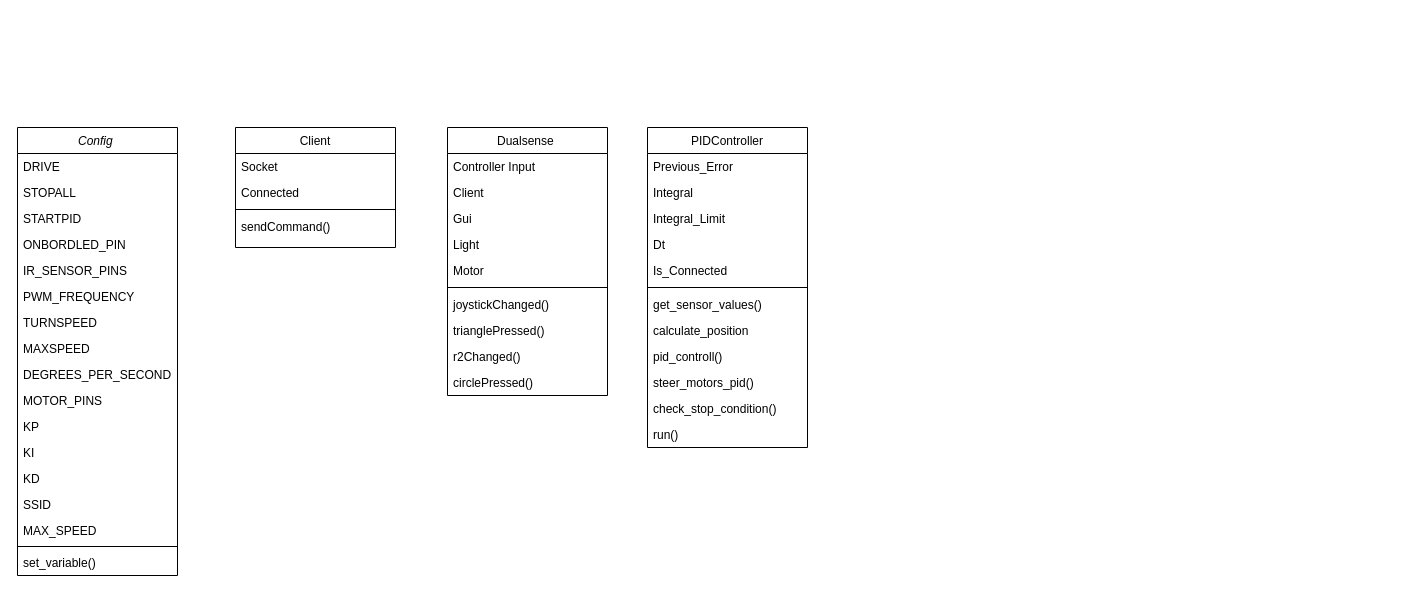
0neShot/IA keeps this draw.io diagram as IA.drawio. Above is the earlier version. Source tidied: cells renumbered, new cells numbered last; positions are measured from the earlier drawing's top-left corner, leaving out a move shared by most shapes. Both pictures are drawn from the tidied source at 100%, with x=0, y=0 at pixel (17, 127).
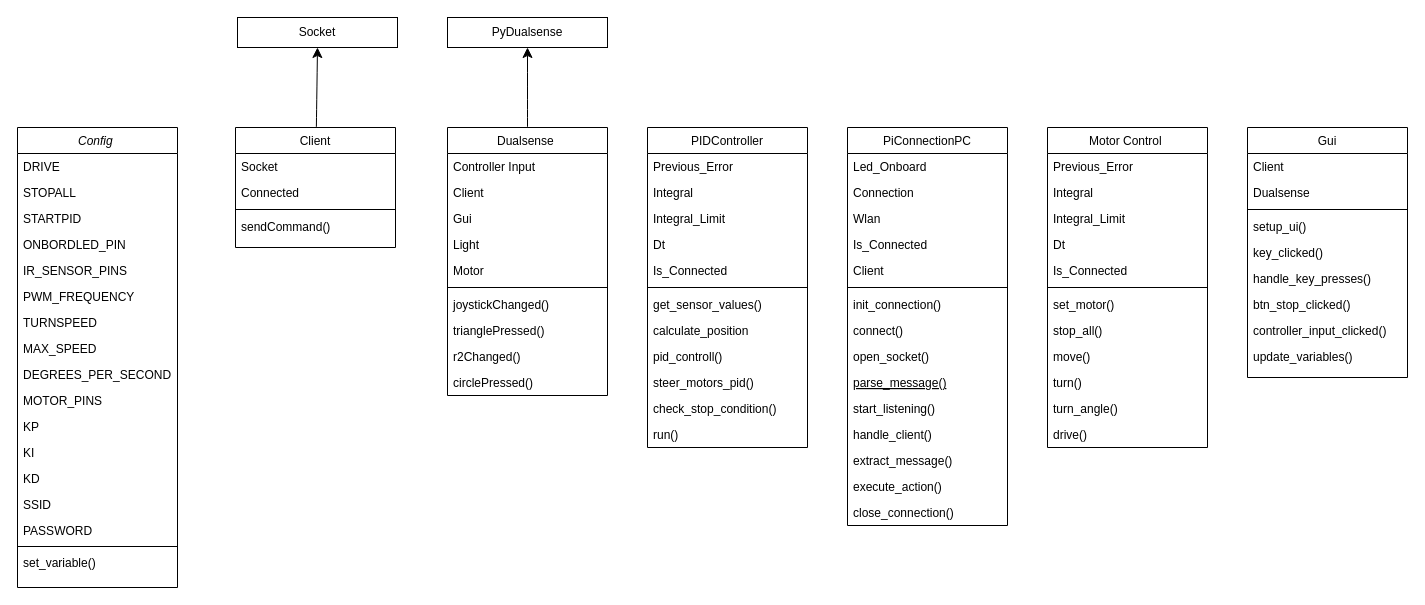
After the change.

Unchanged cells that the change refers to:
```xml
<mxCell id="33" value="Dualsense " style="swimlane;fontStyle=0;align=center;verticalAlign=top;horizontal=1;startSize=26;rounded=0;shadow=0;strokeWidth=1;" parent="1" vertex="1">
  <mxGeometry x="430" width="160" height="268" as="geometry" />
</mxCell>
<mxCell id="44" value="Client" style="swimlane;fontStyle=0;align=center;verticalAlign=top;horizontal=1;startSize=26;rounded=0;shadow=0;strokeWidth=1;" parent="1" vertex="1">
  <mxGeometry x="218" width="160" height="120" as="geometry" />
</mxCell>
```

Change to the diagram source:
```diff
@@
     <mxCell id="2" value="Config " style="swimlane;fontStyle=2;align=center;verticalAlign=top;horizontal=1;startSize=26;rounded=0;shadow=0;strokeWidth=1;" parent="1" vertex="1">
-      <mxGeometry width="160" height="448" as="geometry" />
+      <mxGeometry width="160" height="460" as="geometry" />
     </mxCell>
@@
-    <mxCell id="10" value="MAXSPEED" style="text;align=left;verticalAlign=top;spacingLeft=4;spacingRight=4;overflow=hidden;" parent="2" vertex="1">
+    <mxCell id="10" value="MAX_SPEED" style="text;align=left;verticalAlign=top;spacingLeft=4;spacingRight=4;overflow=hidden;" parent="2" vertex="1">
       <mxGeometry y="208" width="160" height="26" as="geometry" />
     </mxCell>
@@
-    <mxCell id="17" value="MAX_SPEED" style="text;align=left;verticalAlign=top;spacingLeft=4;spacingRight=4;overflow=hidden;rounded=0;shadow=0;html=0;" parent="2" vertex="1">
-      <mxGeometry y="390" width="160" height="26" as="geometry" />
-    </mxCell>
+    <mxCell id="49" value="PASSWORD" style="text;align=left;verticalAlign=top;spacingLeft=4;spacingRight=4;overflow=hidden;rounded=0;shadow=0;html=0;" parent="2" vertex="1">
+      <mxGeometry y="390" width="160" height="26" as="geometry" />
+    </mxCell>
@@
+    <mxCell id="50" style="edgeStyle=none;curved=1;rounded=0;jettySize=auto;html=1;entryX=0.5;entryY=1;entryDx=0;entryDy=0;fontSize=12;startSize=8;endSize=8;" parent="1" edge="1" source="33" target="53">
+      <mxGeometry relative="1" as="geometry" />
+    </mxCell>
@@
+    <mxCell id="51" style="edgeStyle=none;curved=1;rounded=0;jettySize=auto;html=1;fontSize=12;startSize=8;endSize=8;entryX=0.5;entryY=1;entryDx=0;entryDy=0;" parent="1" edge="1" source="44" target="52">
+      <mxGeometry relative="1" as="geometry" />
+    </mxCell>
@@
+    <mxCell id="52" value="Socket" style="rounded=0;whiteSpace=wrap;html=1;" parent="1" vertex="1">
+      <mxGeometry x="220" y="-110" width="160" height="30" as="geometry" />
+    </mxCell>
+    <mxCell id="53" value="PyDualsense" style="rounded=0;whiteSpace=wrap;html=1;" parent="1" vertex="1">
+      <mxGeometry x="430" y="-110" width="160" height="30" as="geometry" />
+    </mxCell>
+    <mxCell id="54" value="PiConnectionPC" style="swimlane;fontStyle=0;align=center;verticalAlign=top;horizontal=1;startSize=26;rounded=0;shadow=0;strokeWidth=1;" parent="1" vertex="1">
+      <mxGeometry x="830" width="160" height="398" as="geometry" />
+    </mxCell>
+    <mxCell id="55" value="Led_Onboard" style="text;align=left;verticalAlign=top;spacingLeft=4;spacingRight=4;overflow=hidden;rounded=0;shadow=0;html=0;" parent="54" vertex="1">
+      <mxGeometry y="26" width="160" height="26" as="geometry" />
+    </mxCell>
+    <mxCell id="56" value="Connection" style="text;align=left;verticalAlign=top;spacingLeft=4;spacingRight=4;overflow=hidden;rounded=0;shadow=0;html=0;" parent="54" vertex="1">
+      <mxGeometry y="52" width="160" height="26" as="geometry" />
+    </mxCell>
+    <mxCell id="57" value="Wlan " style="text;align=left;verticalAlign=top;spacingLeft=4;spacingRight=4;overflow=hidden;rounded=0;shadow=0;html=0;" parent="54" vertex="1">
+      <mxGeometry y="78" width="160" height="26" as="geometry" />
+    </mxCell>
+    <mxCell id="58" value="Is_Connected" style="text;align=left;verticalAlign=top;spacingLeft=4;spacingRight=4;overflow=hidden;rounded=0;shadow=0;html=0;" parent="54" vertex="1">
+      <mxGeometry y="104" width="160" height="26" as="geometry" />
+    </mxCell>
+    <mxCell id="59" value="Client" style="text;align=left;verticalAlign=top;spacingLeft=4;spacingRight=4;overflow=hidden;rounded=0;shadow=0;html=0;" parent="54" vertex="1">
+      <mxGeometry y="130" width="160" height="26" as="geometry" />
+    </mxCell>
+    <mxCell id="60" style="line;html=1;strokeWidth=1;align=left;verticalAlign=middle;spacingTop=-1;spacingLeft=3;spacingRight=3;labelPosition=right;" parent="54" vertex="1">
+      <mxGeometry y="156" width="160" height="8" as="geometry" />
+    </mxCell>
+    <mxCell id="61" value="init_connection()" style="text;align=left;verticalAlign=top;spacingLeft=4;spacingRight=4;overflow=hidden;" parent="54" vertex="1">
+      <mxGeometry y="164" width="160" height="26" as="geometry" />
+    </mxCell>
+    <mxCell id="62" value="connect()" style="text;align=left;verticalAlign=top;spacingLeft=4;spacingRight=4;overflow=hidden;fontStyle=0;" parent="54" vertex="1">
+      <mxGeometry y="190" width="160" height="26" as="geometry" />
+    </mxCell>
+    <mxCell id="63" value="open_socket()" style="text;align=left;verticalAlign=top;spacingLeft=4;spacingRight=4;overflow=hidden;" parent="54" vertex="1">
+      <mxGeometry y="216" width="160" height="26" as="geometry" />
+    </mxCell>
+    <mxCell id="64" value="parse_message()" style="text;align=left;verticalAlign=top;spacingLeft=4;spacingRight=4;overflow=hidden;fontStyle=4;" parent="54" vertex="1">
+      <mxGeometry y="242" width="160" height="26" as="geometry" />
+    </mxCell>
+    <mxCell id="65" value="start_listening()" style="text;align=left;verticalAlign=top;spacingLeft=4;spacingRight=4;overflow=hidden;" parent="54" vertex="1">
+      <mxGeometry y="268" width="160" height="26" as="geometry" />
+    </mxCell>
+    <mxCell id="66" value="handle_client()" style="text;align=left;verticalAlign=top;spacingLeft=4;spacingRight=4;overflow=hidden;" parent="54" vertex="1">
+      <mxGeometry y="294" width="160" height="26" as="geometry" />
+    </mxCell>
+    <mxCell id="67" value="extract_message()" style="text;align=left;verticalAlign=top;spacingLeft=4;spacingRight=4;overflow=hidden;" parent="54" vertex="1">
+      <mxGeometry y="320" width="160" height="26" as="geometry" />
+    </mxCell>
+    <mxCell id="68" value="execute_action()" style="text;align=left;verticalAlign=top;spacingLeft=4;spacingRight=4;overflow=hidden;" parent="54" vertex="1">
+      <mxGeometry y="346" width="160" height="26" as="geometry" />
+    </mxCell>
+    <mxCell id="69" value="close_connection()" style="text;align=left;verticalAlign=top;spacingLeft=4;spacingRight=4;overflow=hidden;" parent="54" vertex="1">
+      <mxGeometry y="372" width="160" height="26" as="geometry" />
+    </mxCell>
+    <mxCell id="70" value="Motor Control " style="swimlane;fontStyle=0;align=center;verticalAlign=top;horizontal=1;startSize=26;rounded=0;shadow=0;strokeWidth=1;" parent="1" vertex="1">
+      <mxGeometry x="1030" width="160" height="320" as="geometry" />
+    </mxCell>
+    <mxCell id="71" value="Previous_Error" style="text;align=left;verticalAlign=top;spacingLeft=4;spacingRight=4;overflow=hidden;rounded=0;shadow=0;html=0;" parent="70" vertex="1">
+      <mxGeometry y="26" width="160" height="26" as="geometry" />
+    </mxCell>
+    <mxCell id="72" value="Integral" style="text;align=left;verticalAlign=top;spacingLeft=4;spacingRight=4;overflow=hidden;rounded=0;shadow=0;html=0;" parent="70" vertex="1">
+      <mxGeometry y="52" width="160" height="26" as="geometry" />
+    </mxCell>
+    <mxCell id="73" value="Integral_Limit" style="text;align=left;verticalAlign=top;spacingLeft=4;spacingRight=4;overflow=hidden;rounded=0;shadow=0;html=0;" parent="70" vertex="1">
+      <mxGeometry y="78" width="160" height="26" as="geometry" />
+    </mxCell>
+    <mxCell id="74" value="Dt " style="text;align=left;verticalAlign=top;spacingLeft=4;spacingRight=4;overflow=hidden;rounded=0;shadow=0;html=0;" parent="70" vertex="1">
+      <mxGeometry y="104" width="160" height="26" as="geometry" />
+    </mxCell>
+    <mxCell id="75" value="Is_Connected" style="text;align=left;verticalAlign=top;spacingLeft=4;spacingRight=4;overflow=hidden;rounded=0;shadow=0;html=0;" parent="70" vertex="1">
+      <mxGeometry y="130" width="160" height="26" as="geometry" />
+    </mxCell>
+    <mxCell id="76" style="line;html=1;strokeWidth=1;align=left;verticalAlign=middle;spacingTop=-1;spacingLeft=3;spacingRight=3;labelPosition=right;" parent="70" vertex="1">
+      <mxGeometry y="156" width="160" height="8" as="geometry" />
+    </mxCell>
+    <mxCell id="77" value="set_motor()" style="text;align=left;verticalAlign=top;spacingLeft=4;spacingRight=4;overflow=hidden;" parent="70" vertex="1">
+      <mxGeometry y="164" width="160" height="26" as="geometry" />
+    </mxCell>
+    <mxCell id="78" value="stop_all()" style="text;align=left;verticalAlign=top;spacingLeft=4;spacingRight=4;overflow=hidden;fontStyle=0;" parent="70" vertex="1">
+      <mxGeometry y="190" width="160" height="26" as="geometry" />
+    </mxCell>
+    <mxCell id="79" value="move()" style="text;align=left;verticalAlign=top;spacingLeft=4;spacingRight=4;overflow=hidden;" parent="70" vertex="1">
+      <mxGeometry y="216" width="160" height="26" as="geometry" />
+    </mxCell>
+    <mxCell id="80" value="turn()" style="text;align=left;verticalAlign=top;spacingLeft=4;spacingRight=4;overflow=hidden;" parent="70" vertex="1">
+      <mxGeometry y="242" width="160" height="26" as="geometry" />
+    </mxCell>
+    <mxCell id="81" value="turn_angle()" style="text;align=left;verticalAlign=top;spacingLeft=4;spacingRight=4;overflow=hidden;" parent="70" vertex="1">
+      <mxGeometry y="268" width="160" height="26" as="geometry" />
+    </mxCell>
+    <mxCell id="82" value="drive()" style="text;align=left;verticalAlign=top;spacingLeft=4;spacingRight=4;overflow=hidden;" parent="70" vertex="1">
+      <mxGeometry y="294" width="160" height="26" as="geometry" />
+    </mxCell>
+    <mxCell id="83" value="Gui" style="swimlane;fontStyle=0;align=center;verticalAlign=top;horizontal=1;startSize=26;rounded=0;shadow=0;strokeWidth=1;" parent="1" vertex="1">
+      <mxGeometry x="1230" width="160" height="250" as="geometry" />
+    </mxCell>
+    <mxCell id="84" value="Client" style="text;align=left;verticalAlign=top;spacingLeft=4;spacingRight=4;overflow=hidden;rounded=0;shadow=0;html=0;" parent="83" vertex="1">
+      <mxGeometry y="26" width="160" height="26" as="geometry" />
+    </mxCell>
+    <mxCell id="85" value="Dualsense" style="text;align=left;verticalAlign=top;spacingLeft=4;spacingRight=4;overflow=hidden;rounded=0;shadow=0;html=0;" parent="83" vertex="1">
+      <mxGeometry y="52" width="160" height="26" as="geometry" />
+    </mxCell>
+    <mxCell id="86" style="line;html=1;strokeWidth=1;align=left;verticalAlign=middle;spacingTop=-1;spacingLeft=3;spacingRight=3;labelPosition=right;" parent="83" vertex="1">
+      <mxGeometry y="78" width="160" height="8" as="geometry" />
+    </mxCell>
+    <mxCell id="87" value="setup_ui()" style="text;align=left;verticalAlign=top;spacingLeft=4;spacingRight=4;overflow=hidden;" parent="83" vertex="1">
+      <mxGeometry y="86" width="160" height="26" as="geometry" />
+    </mxCell>
+    <mxCell id="88" value="key_clicked()" style="text;align=left;verticalAlign=top;spacingLeft=4;spacingRight=4;overflow=hidden;fontStyle=0;" parent="83" vertex="1">
+      <mxGeometry y="112" width="160" height="26" as="geometry" />
+    </mxCell>
+    <mxCell id="89" value="handle_key_presses()" style="text;align=left;verticalAlign=top;spacingLeft=4;spacingRight=4;overflow=hidden;" parent="83" vertex="1">
+      <mxGeometry y="138" width="160" height="26" as="geometry" />
+    </mxCell>
+    <mxCell id="90" value="btn_stop_clicked()" style="text;align=left;verticalAlign=top;spacingLeft=4;spacingRight=4;overflow=hidden;" parent="83" vertex="1">
+      <mxGeometry y="164" width="160" height="26" as="geometry" />
+    </mxCell>
+    <mxCell id="91" value="controller_input_clicked()" style="text;align=left;verticalAlign=top;spacingLeft=4;spacingRight=4;overflow=hidden;" parent="83" vertex="1">
+      <mxGeometry y="190" width="160" height="26" as="geometry" />
+    </mxCell>
+    <mxCell id="92" value="update_variables()" style="text;align=left;verticalAlign=top;spacingLeft=4;spacingRight=4;overflow=hidden;" parent="83" vertex="1">
+      <mxGeometry y="216" width="160" height="26" as="geometry" />
+    </mxCell>
```
